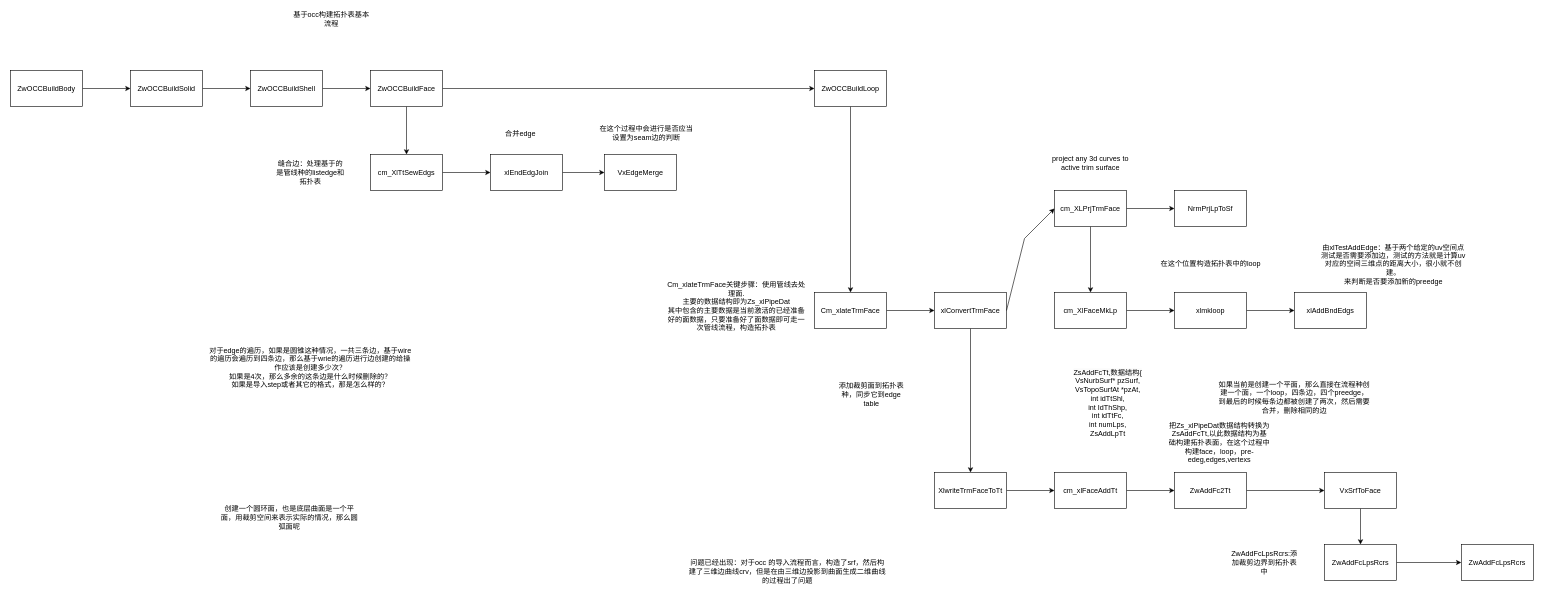
Above: 绘图记录/occimportexport.drawio in studyrohan/BSpline_learn (draw.io), before the change. Source tidied: cells renumbered, new cells numbered last; positions are measured from the earlier drawing's top-left corner, leaving out a move shared by most shapes. Both pictures are drawn from the tidied source at 60%, with x=0, y=0 at pixel (10, 10).
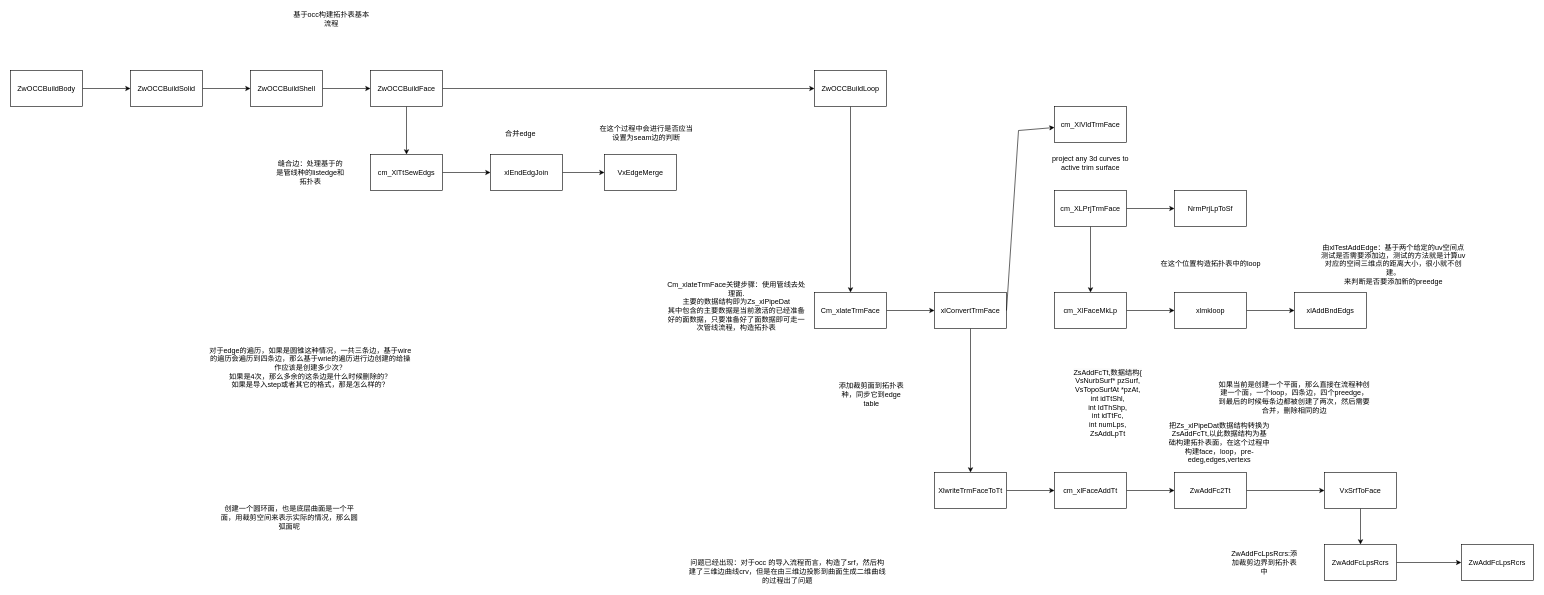
The same page after the edit.

The change refers to these unchanged cells:
```xml
<mxCell id="18" value="xlConvertTrmFace" style="rounded=0;whiteSpace=wrap;html=1;" parent="1" vertex="1">
  <mxGeometry x="1540" y="470" width="120" height="60" as="geometry" />
</mxCell>
<mxCell id="55" value="cm_XLPrjTrmFace" style="rounded=0;whiteSpace=wrap;html=1;" parent="1" vertex="1">
  <mxGeometry x="1740" y="300" width="120" height="60" as="geometry" />
</mxCell>
```

Diff of the diagram source:
```diff
@@
-    <mxCell id="56" style="endArrow=classic;html=1;rounded=0;exitX=1;exitY=0.5;exitDx=0;exitDy=0;entryX=0;entryY=0.5;entryDx=0;entryDy=0;" parent="1" edge="1" source="18" target="55">
-      <mxGeometry relative="1" as="geometry">
-        <Array as="points">
-          <mxPoint x="1690" y="380" />
-        </Array>
-      </mxGeometry>
-    </mxCell>
+    <mxCell id="59" style="endArrow=classic;html=1;rounded=0;exitX=1;exitY=0.5;exitDx=0;exitDy=0;" parent="1" edge="1" source="18" target="60">
+      <mxGeometry relative="1" as="geometry">
+        <Array as="points">
+          <mxPoint x="1680" y="200" />
+        </Array>
+      </mxGeometry>
+    </mxCell>
@@
+    <mxCell id="60" value="cm_XlVldTrmFace" style="rounded=0;whiteSpace=wrap;html=1;" parent="1" vertex="1">
+      <mxGeometry x="1740" y="160" width="120" height="60" as="geometry" />
+    </mxCell>
```
